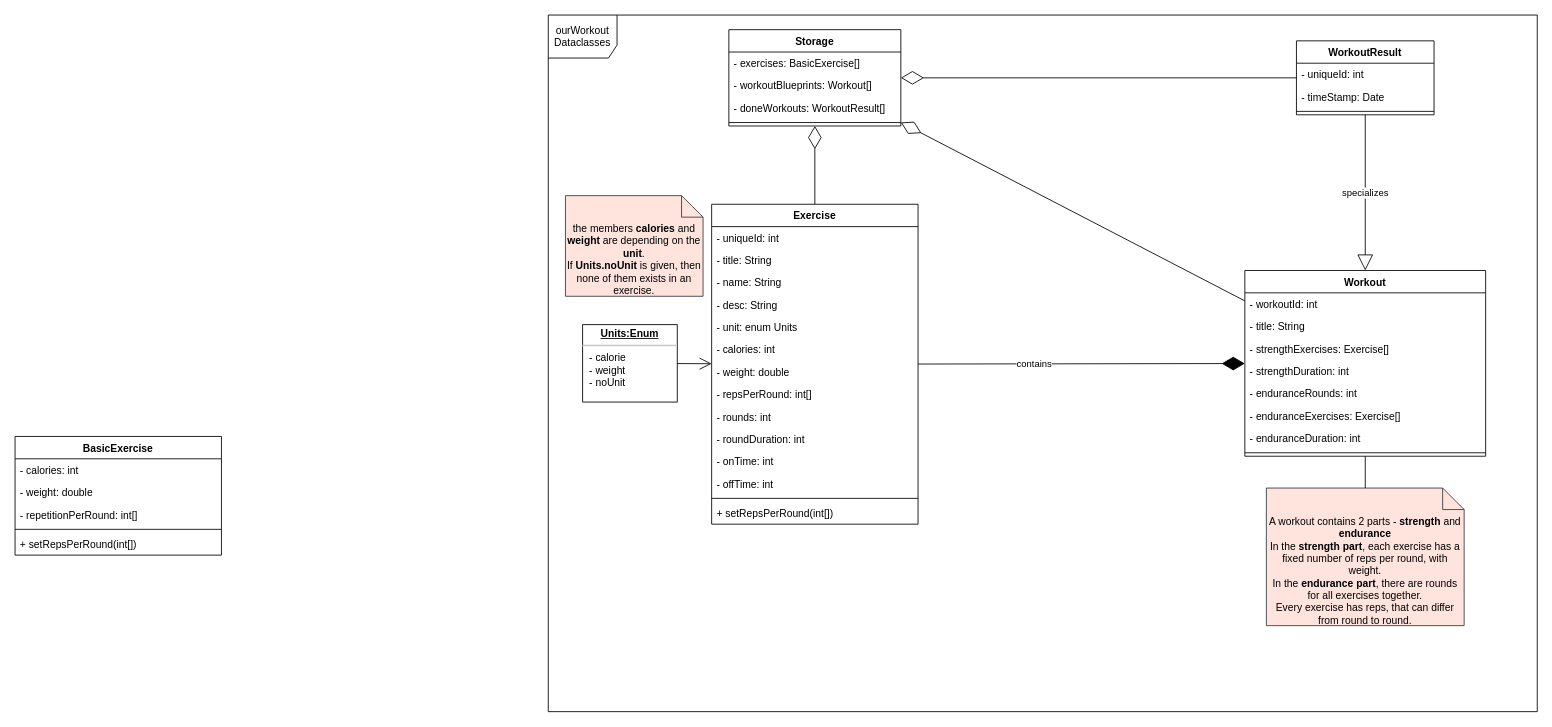
Vollol1/ourWorkout keeps this draw.io diagram as page "data-classes" (3 of 4) of 01_Documentation/diagrams.drawio. Above is the earlier version. Source tidied: cells renumbered, new cells numbered last; positions are measured from the earlier drawing's top-left corner, leaving out a move shared by most shapes. Both pictures are drawn from the tidied source at 86%, with x=0, y=0 at pixel (15, 15).
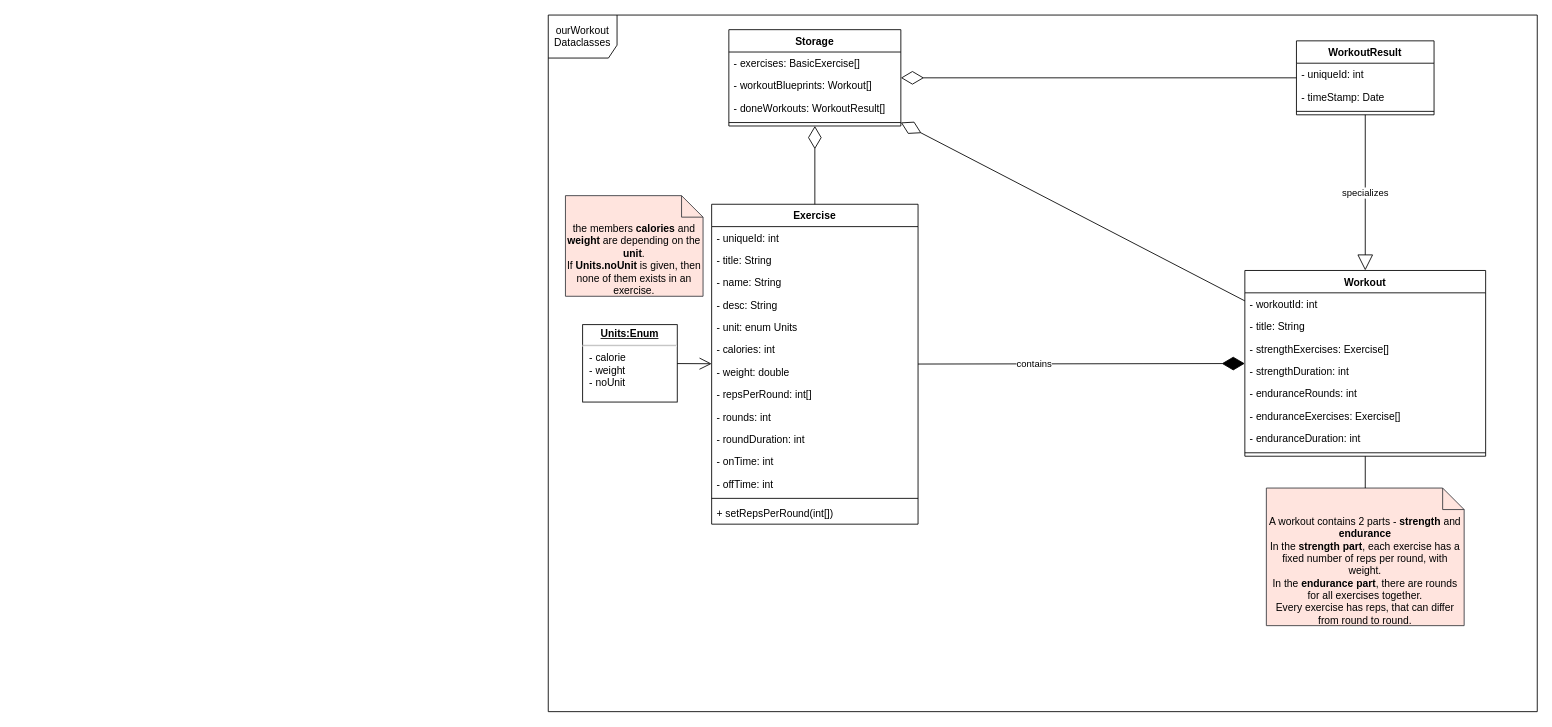
The same page after the edit.

The edit, as a diff of the source:
```diff
@@
-    <mxCell id="45" value="BasicExercise" style="swimlane;fontStyle=1;align=center;verticalAlign=top;horizontal=1;startSize=26;" parent="1" vertex="1">
-      <mxGeometry y="490" width="240" height="138" as="geometry" />
-    </mxCell>
-    <mxCell id="46" value="- calories: int" style="text;strokeColor=none;fillColor=none;align=left;verticalAlign=top;spacingLeft=4;spacingRight=4;overflow=hidden;" parent="45" vertex="1">
-      <mxGeometry y="26" width="240" height="26" as="geometry" />
-    </mxCell>
-    <mxCell id="47" value="- weight: double" style="text;strokeColor=none;fillColor=none;align=left;verticalAlign=top;spacingLeft=4;spacingRight=4;overflow=hidden;" parent="45" vertex="1">
-      <mxGeometry y="52" width="240" height="26" as="geometry" />
-    </mxCell>
-    <mxCell id="48" value="- repetitionPerRound: int[]" style="text;strokeColor=none;fillColor=none;align=left;verticalAlign=top;spacingLeft=4;spacingRight=4;overflow=hidden;" parent="45" vertex="1">
-      <mxGeometry y="78" width="240" height="26" as="geometry" />
-    </mxCell>
-    <mxCell id="49" style="line;strokeWidth=1;fillColor=none;align=left;verticalAlign=middle;spacingTop=-1;spacingLeft=3;spacingRight=3;labelPosition=right;strokeColor=inherit;" parent="45" vertex="1">
-      <mxGeometry y="104" width="240" height="8" as="geometry" />
-    </mxCell>
-    <mxCell id="50" value="+ setRepsPerRound(int[])" style="text;strokeColor=none;fillColor=none;align=left;verticalAlign=top;spacingLeft=4;spacingRight=4;overflow=hidden;" parent="45" vertex="1">
-      <mxGeometry y="112" width="240" height="26" as="geometry" />
-    </mxCell>
```
